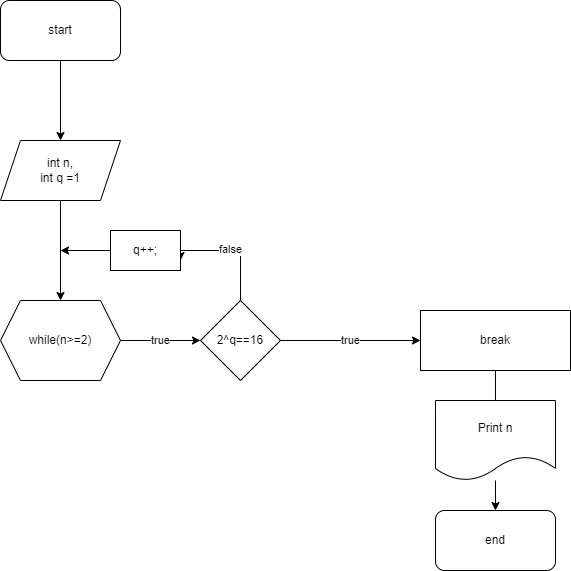
Earlier version of the draw.io export Task 4. exponential function.png (GuliyevaLala/-ntro-Last-Tasks). Source tidied: cells renumbered, new cells last; positions are measured from the earlier drawing's top-left corner, leaving out a move shared by most shapes. Source of this version:
```xml
<mxGraphModel>
  <root>
    <mxCell id="0" />
    <mxCell id="1" parent="0" />
    <mxCell id="2" style="edgeStyle=orthogonalEdgeStyle;rounded=0;jettySize=auto;html=1;" parent="1" edge="1" source="3">
      <mxGeometry relative="1" as="geometry">
        <mxPoint x="60" y="140" as="targetPoint" />
      </mxGeometry>
    </mxCell>
    <mxCell id="3" value="start" style="rounded=1;whiteSpace=wrap;html=1;" parent="1" vertex="1">
      <mxGeometry width="120" height="60" as="geometry" />
    </mxCell>
    <mxCell id="4" style="edgeStyle=orthogonalEdgeStyle;rounded=0;jettySize=auto;html=1;" parent="1" edge="1" source="5" target="7">
      <mxGeometry relative="1" as="geometry" />
    </mxCell>
    <mxCell id="5" value="int n,&lt;br&gt;int q =1" style="shape=parallelogram;perimeter=parallelogramPerimeter;whiteSpace=wrap;html=1;fixedSize=1;" parent="1" vertex="1">
      <mxGeometry y="140" width="120" height="60" as="geometry" />
    </mxCell>
    <mxCell id="6" value="true" style="edgeStyle=orthogonalEdgeStyle;rounded=0;jettySize=auto;html=1;" parent="1" edge="1" source="7" target="11">
      <mxGeometry relative="1" as="geometry" />
    </mxCell>
    <mxCell id="7" value="while(n&amp;gt;=2)" style="shape=hexagon;perimeter=hexagonPerimeter2;whiteSpace=wrap;html=1;fixedSize=1;" parent="1" vertex="1">
      <mxGeometry y="300" width="120" height="80" as="geometry" />
    </mxCell>
    <mxCell id="8" value="true" style="edgeStyle=orthogonalEdgeStyle;rounded=0;jettySize=auto;html=1;" parent="1" edge="1" source="11" target="13">
      <mxGeometry relative="1" as="geometry" />
    </mxCell>
    <mxCell id="9" style="edgeStyle=orthogonalEdgeStyle;rounded=0;jettySize=auto;html=1;entryX=1;entryY=0.75;entryDx=0;entryDy=0;" parent="1" edge="1" source="11" target="16">
      <mxGeometry relative="1" as="geometry">
        <Array as="points">
          <mxPoint x="240" y="250" />
          <mxPoint x="180" y="250" />
        </Array>
      </mxGeometry>
    </mxCell>
    <mxCell id="10" value="false" style="edgeLabel;html=1;align=center;verticalAlign=middle;" parent="9" vertex="1">
      <mxGeometry x="0.02" y="-2" relative="1" as="geometry" />
    </mxCell>
    <mxCell id="11" value="2^q==16" style="rhombus;whiteSpace=wrap;html=1;" parent="1" vertex="1">
      <mxGeometry x="200" y="300" width="80" height="80" as="geometry" />
    </mxCell>
    <mxCell id="12" style="edgeStyle=orthogonalEdgeStyle;rounded=0;jettySize=auto;html=1;startArrow=none;" parent="1" edge="1" source="17" target="14">
      <mxGeometry relative="1" as="geometry" />
    </mxCell>
    <mxCell id="13" value="break" style="rounded=0;whiteSpace=wrap;html=1;" parent="1" vertex="1">
      <mxGeometry x="420" y="310" width="150" height="60" as="geometry" />
    </mxCell>
    <mxCell id="14" value="end" style="rounded=1;whiteSpace=wrap;html=1;" parent="1" vertex="1">
      <mxGeometry x="435" y="510" width="120" height="60" as="geometry" />
    </mxCell>
    <mxCell id="15" style="edgeStyle=orthogonalEdgeStyle;rounded=0;jettySize=auto;html=1;" parent="1" edge="1" source="16">
      <mxGeometry relative="1" as="geometry">
        <mxPoint x="60" y="250" as="targetPoint" />
      </mxGeometry>
    </mxCell>
    <mxCell id="16" value="q++;" style="rounded=0;whiteSpace=wrap;html=1;" parent="1" vertex="1">
      <mxGeometry x="110" y="230" width="70" height="40" as="geometry" />
    </mxCell>
    <mxCell id="17" value="Print n" style="shape=document;whiteSpace=wrap;html=1;boundedLbl=1;" parent="1" vertex="1">
      <mxGeometry x="435" y="400" width="120" height="80" as="geometry" />
    </mxCell>
    <mxCell id="18" style="edgeStyle=orthogonalEdgeStyle;rounded=0;jettySize=auto;html=1;endArrow=none;" parent="1" edge="1" source="13" target="17">
      <mxGeometry relative="1" as="geometry" />
    </mxCell>
  </root>
</mxGraphModel>
```
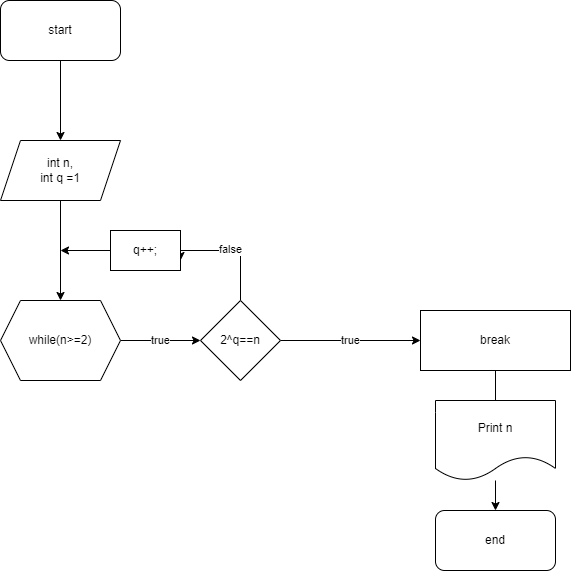
Later version of the same file.

Commit message:
Task 4 has changed

The edit, as a diff of the source:
```diff
@@ -36,7 +36,7 @@
     <mxCell id="10" value="false" style="edgeLabel;html=1;align=center;verticalAlign=middle;" parent="9" vertex="1">
       <mxGeometry x="0.02" y="-2" relative="1" as="geometry" />
     </mxCell>
-    <mxCell id="11" value="2^q==16" style="rhombus;whiteSpace=wrap;html=1;" parent="1" vertex="1">
+    <mxCell id="11" value="2^q==n" style="rhombus;whiteSpace=wrap;html=1;" parent="1" vertex="1">
       <mxGeometry x="200" y="300" width="80" height="80" as="geometry" />
     </mxCell>
     <mxCell id="12" style="edgeStyle=orthogonalEdgeStyle;rounded=0;jettySize=auto;html=1;startArrow=none;" parent="1" edge="1" source="17" target="14">
```
